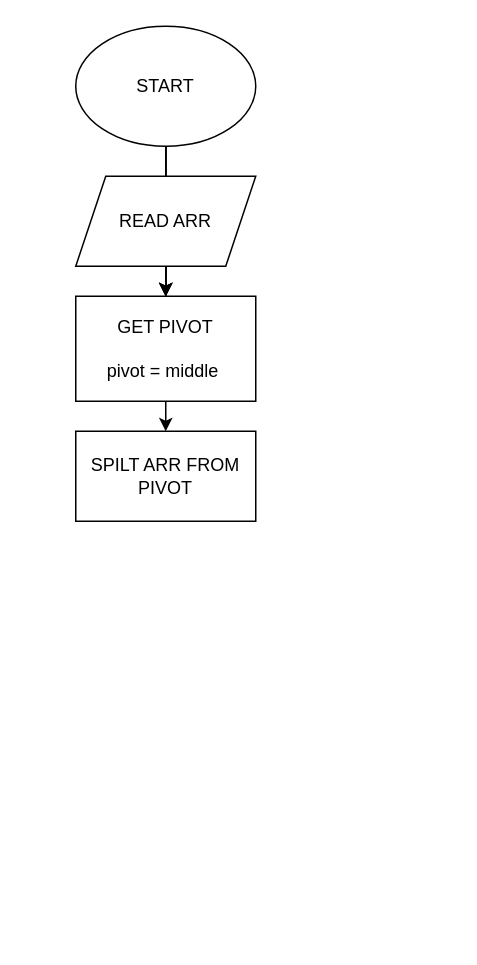
FizOkor/DSA-Flowcharts keeps this draw.io diagram as qiockSort.drawio. Above is the earlier version. Source tidied: cells renumbered, new cells numbered last; positions are measured from the earlier drawing's top-left corner, leaving out a move shared by most shapes. Both pictures are drawn from the tidied source at 150%, with x=0, y=0 at pixel (75, 26).
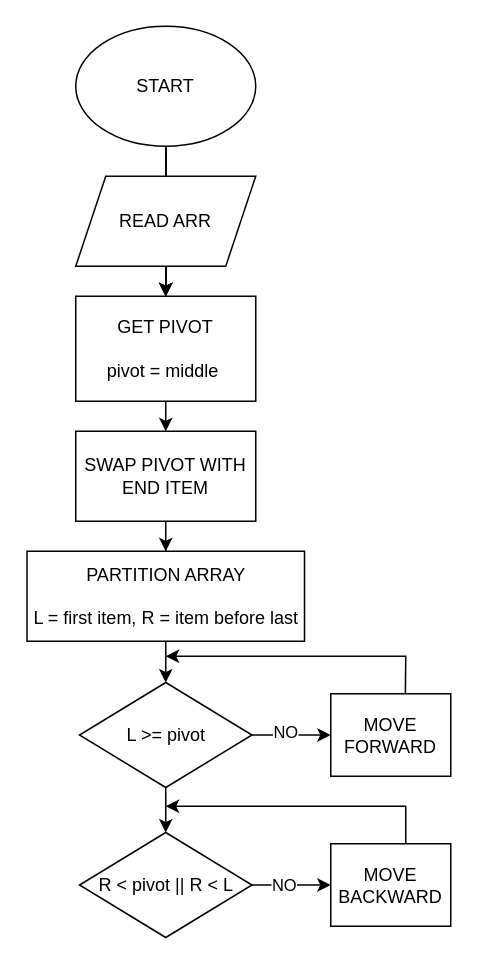
Above is the later version.

What changed in the source:
```diff
@@
+    <mxCell id="11" style="edgeStyle=orthogonalEdgeStyle;rounded=0;jettySize=auto;html=1;" parent="1" edge="1" source="10" target="13">
+      <mxGeometry relative="1" as="geometry" />
+    </mxCell>
-    <mxCell id="10" value="SPILT ARR FROM PIVOT" style="rounded=0;whiteSpace=wrap;html=1;" parent="1" vertex="1">
+    <mxCell id="10" value="SWAP PIVOT WITH END ITEM" style="rounded=0;whiteSpace=wrap;html=1;" parent="1" vertex="1">
       <mxGeometry y="270" width="120" height="60" as="geometry" />
     </mxCell>
+    <mxCell id="12" style="edgeStyle=orthogonalEdgeStyle;rounded=0;jettySize=auto;html=1;" parent="1" edge="1" source="13" target="15">
+      <mxGeometry relative="1" as="geometry" />
+    </mxCell>
+    <mxCell id="13" value="PARTITION ARRAY&lt;div&gt;&lt;br&gt;&lt;/div&gt;&lt;div&gt;L = first item, R = item before last&lt;/div&gt;" style="rounded=0;whiteSpace=wrap;html=1;" parent="1" vertex="1">
+      <mxGeometry x="-32.5" y="350" width="185" height="60" as="geometry" />
+    </mxCell>
+    <mxCell id="14" style="edgeStyle=orthogonalEdgeStyle;rounded=0;jettySize=auto;html=1;" parent="1" edge="1" source="15" target="19">
+      <mxGeometry relative="1" as="geometry" />
+    </mxCell>
+    <mxCell id="15" value="L &amp;gt;= pivot" style="rhombus;whiteSpace=wrap;html=1;" parent="1" vertex="1">
+      <mxGeometry x="2.5" y="437.5" width="115" height="70" as="geometry" />
+    </mxCell>
+    <mxCell id="16" style="edgeStyle=orthogonalEdgeStyle;rounded=0;jettySize=auto;html=1;" parent="1" edge="1" source="15" target="17">
+      <mxGeometry relative="1" as="geometry">
+        <Array as="points">
+          <mxPoint x="160" y="473" />
+          <mxPoint x="160" y="473" />
+        </Array>
+      </mxGeometry>
+    </mxCell>
+    <mxCell id="17" value="MOVE FORWARD" style="rounded=0;whiteSpace=wrap;html=1;" parent="1" vertex="1">
+      <mxGeometry x="170" y="445" width="80" height="55" as="geometry" />
+    </mxCell>
+    <mxCell id="18" style="endArrow=classic;html=1;rounded=0;entryX=0.625;entryY=0.045;entryDx=0;entryDy=0;entryPerimeter=0;exitX=0.622;exitY=0;exitDx=0;exitDy=0;exitPerimeter=0;" parent="1" edge="1" source="17">
+      <mxGeometry relative="1" as="geometry">
+        <mxPoint x="60" y="420" as="targetPoint" />
+        <Array as="points">
+          <mxPoint x="220" y="420" />
+        </Array>
+      </mxGeometry>
+    </mxCell>
+    <mxCell id="19" value="R &amp;lt; pivot || R &amp;lt; L" style="rhombus;whiteSpace=wrap;html=1;" parent="1" vertex="1">
+      <mxGeometry x="2.5" y="537.5" width="115" height="70" as="geometry" />
+    </mxCell>
+    <mxCell id="20" style="edgeStyle=orthogonalEdgeStyle;rounded=0;jettySize=auto;html=1;" parent="1" edge="1" source="19" target="23">
+      <mxGeometry relative="1" as="geometry" />
+    </mxCell>
+    <mxCell id="21" value="NO" style="edgeLabel;html=1;align=center;verticalAlign=middle;" parent="20" vertex="1">
+      <mxGeometry x="-0.21" y="-2" relative="1" as="geometry">
+        <mxPoint y="-2" as="offset" />
+      </mxGeometry>
+    </mxCell>
+    <mxCell id="22" value="NO" style="edgeLabel;html=1;align=center;verticalAlign=middle;" parent="20" vertex="1">
+      <mxGeometry x="-0.21" y="-2" relative="1" as="geometry">
+        <mxPoint x="1" y="-104" as="offset" />
+      </mxGeometry>
+    </mxCell>
+    <mxCell id="23" value="MOVE BACKWARD" style="rounded=0;whiteSpace=wrap;html=1;" parent="1" vertex="1">
+      <mxGeometry x="170" y="545" width="80" height="55" as="geometry" />
+    </mxCell>
+    <mxCell id="24" style="endArrow=classic;html=1;rounded=0;entryX=0.625;entryY=0.045;entryDx=0;entryDy=0;entryPerimeter=0;exitX=0.622;exitY=0;exitDx=0;exitDy=0;exitPerimeter=0;" parent="1" edge="1">
+      <mxGeometry relative="1" as="geometry">
+        <mxPoint x="220" y="545" as="sourcePoint" />
+        <mxPoint x="60" y="520" as="targetPoint" />
+        <Array as="points">
+          <mxPoint x="220" y="520" />
+        </Array>
+      </mxGeometry>
+    </mxCell>
```
